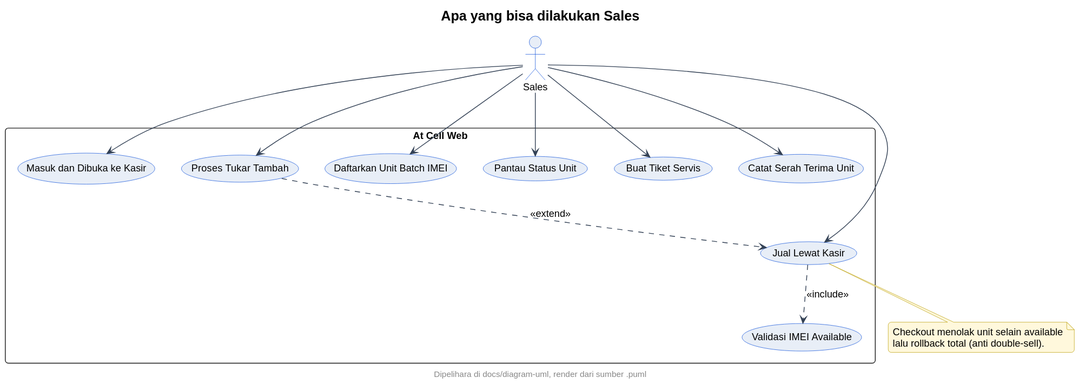
Above: docs/diagram-uml/sales/usecase-sales.svg in neiaki/KP (PlantUML), before the change.
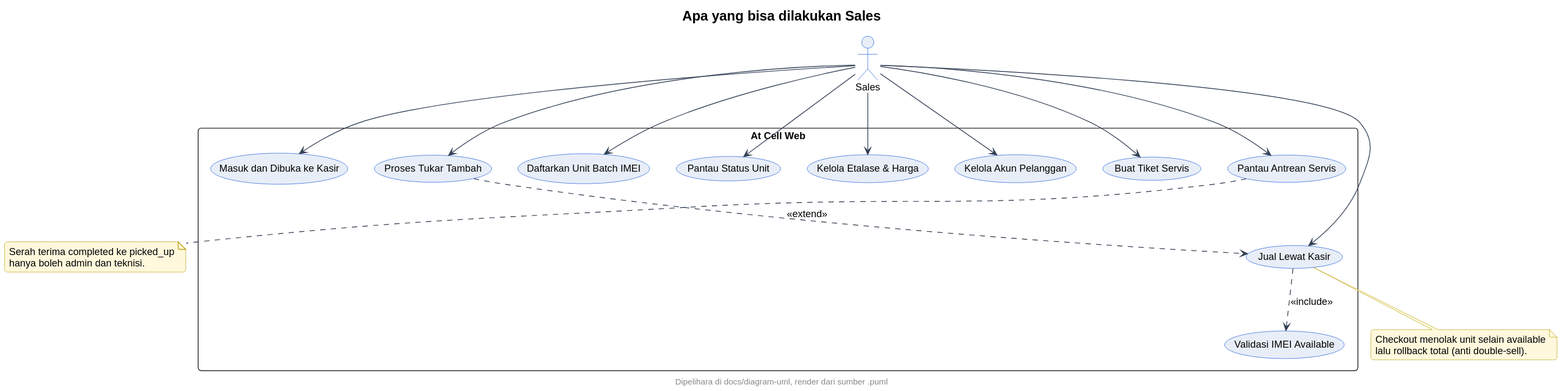
The same diagram one commit later.

The edit, as a diff of the source:
```diff
@@ -49,20 +49,28 @@
   usecase "Proses Tukar Tambah" as TukarTambah
   usecase "Daftarkan Unit Batch IMEI" as DaftarBatch
   usecase "Pantau Status Unit" as PantauUnit
+  usecase "Kelola Etalase & Harga" as KelolaEtalase
+  usecase "Kelola Akun Pelanggan" as KelolaPelanggan
   usecase "Buat Tiket Servis" as BuatTiket
-  usecase "Catat Serah Terima Unit" as SerahTerima
+  usecase "Pantau Antrean Servis" as PantauServis
 }
 S --> MasukKasir
 S --> JualKasir
 S --> TukarTambah
 S --> DaftarBatch
 S --> PantauUnit
+S --> KelolaEtalase
+S --> KelolaPelanggan
 S --> BuatTiket
-S --> SerahTerima
+S --> PantauServis
 JualKasir ..> ValidasiIMEI : <<include>>
 TukarTambah ..> JualKasir : <<extend>>
 note bottom of JualKasir
   Checkout menolak unit selain available
   lalu rollback total (anti double-sell).
 end note
+note bottom of PantauServis
+  Serah terima completed ke picked_up
+  hanya boleh admin dan teknisi.
+end note
 @enduml
```
